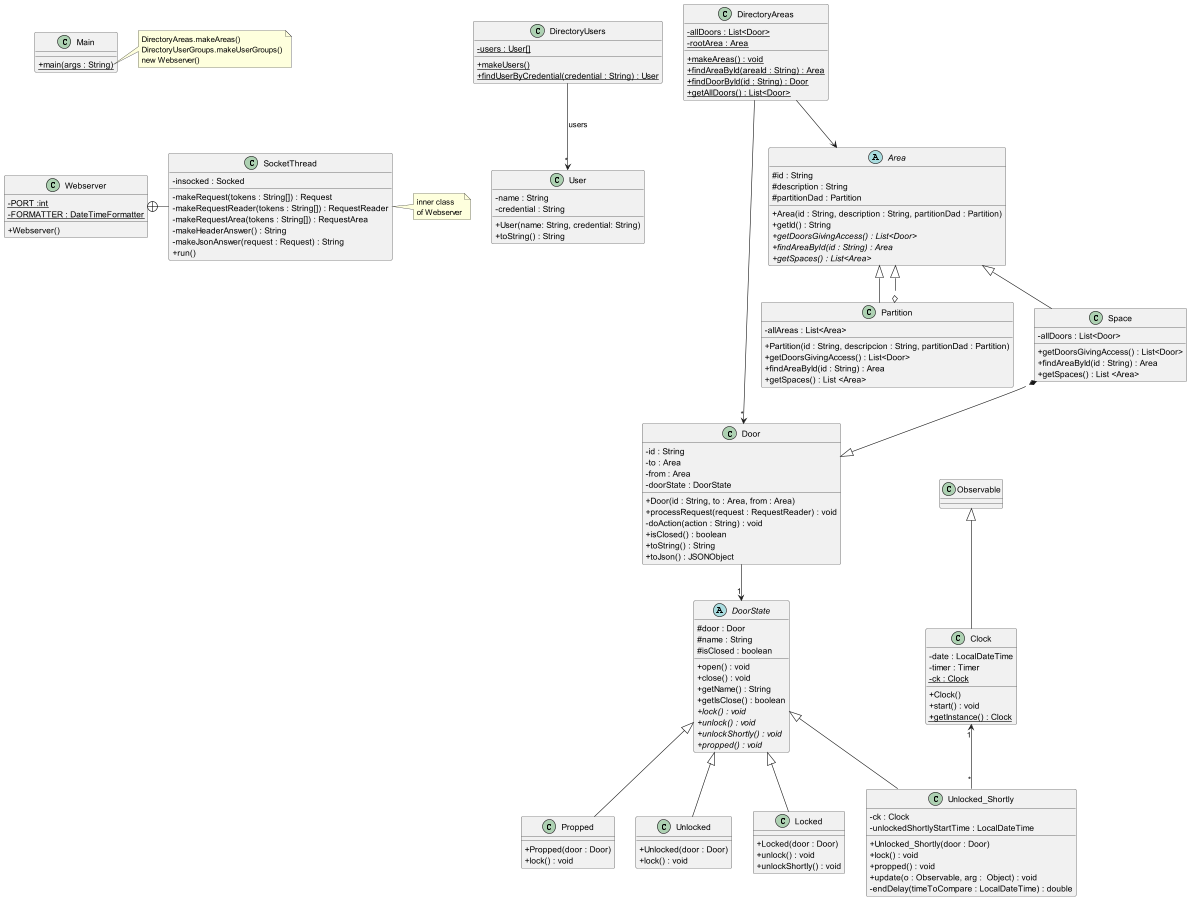
Above: out/production/acs_students-master/baseNoStates/uml/base_no_states.png in Jordiyy/DSPracticas (PlantUML), before the change. The source it was exported from:
```plantuml
@startuml
skinparam classAttributeIconSize 0

class Webserver {
    - {static} PORT :int
    - {static} FORMATTER : DateTimeFormatter
    + Webserver()
}

class SocketThread {
    - insocked : Socked
    - makeRequest(tokens : String[]) : Request
    - makeRequestReader(tokens : String[]) : RequestReader
    - makeRequestArea(tokens : String[]) : RequestArea
    - makeHeaderAnswer() : String
    - makeJsonAnswer(request : Request) : String
    + run()
}

note right of SocketThread
inner class
of Webserver
end note

class DirectoryUsers {
    - {static} users : User[]
    + {static} makeUsers()
    + {static} findUserByCredential(credential : String) : User
}

class DirectoryAreas {
    - {static} allDoors : List<Door>
    - {static} rootArea : Area
    + {static} makeAreas() : void
    + {static} findAreaById(areaId : String) : Area
    + {static} findDoorById(id : String) : Door
    + {static} getAllDoors() : List<Door>
}

class Door {
    - id : String
    - to : Area
    - from : Area
    - doorState : DoorState

    + Door(id : String, to : Area, from : Area)
    + processRequest(request : RequestReader) : void
    - doAction(action : String) : void
    + isClosed() : boolean
    + toString() : String
    + toJson() : JSONObject
}



class User {
    - name : String
    - credential : String
    + User(name: String, credential: String)
    + toString() : String
}


abstract class DoorState {
    # door : Door
    # name : String
    # isClosed : boolean
    + open() : void
    + close() : void
    + getName() : String
    + getIsClose() : boolean
    + {abstract} lock() : void
    + {abstract} unlock() : void
    + {abstract} unlockShortly() : void
    + {abstract} propped() : void
}

class Locked extends DoorState {
    + Locked(door : Door)
    + unlock() : void
    + unlockShortly() : void
}

class Unlocked extends DoorState {
    + Unlocked(door : Door)
    + lock() : void
}

class Unlocked_Shortly extends DoorState {
    - ck : Clock
    - unlockedShortlyStartTime : LocalDateTime
    + Unlocked_Shortly(door : Door)
    + lock() : void
    + propped() : void
    + update(o : Observable, arg :  Object) : void
    - endDelay(timeToCompare : LocalDateTime) : double
}

class Propped extends DoorState {
    + Propped(door : Door)
    + lock() : void
}

abstract class Area {
    # id : String
    # description : String
    # partitionDad : Partition
    + Area(id : String, description : String, partitionDad : Partition)
    + getId() : String
    + {abstract} getDoorsGivingAccess() : List<Door>
    + {abstract} findAreaById(id : String) : Area
    + {abstract} getSpaces() : List<Area>
}

class Partition extends Area {
    - allAreas : List<Area>
    + Partition(id : String, descripcion : String, partitionDad : Partition)
    + getDoorsGivingAccess() : List<Door>
    + findAreaById(id : String) : Area
    + getSpaces() : List <Area>
}

class Space extends Area {
    - allDoors : List<Door>
    + getDoorsGivingAccess() : List<Door>
    + findAreaById(id : String) : Area
    + getSpaces() : List <Area>
}

class Clock extends Observable {
    - date : LocalDateTime
    - timer : Timer
    - {static} ck : Clock
    + Clock()
    + start() : void
    + {static} getInstance() : Clock
}

class Main {
    + {static} main(args : String)
}

note right of Main::main
DirectoryAreas.makeAreas()
DirectoryUserGroups.makeUserGroups()
new Webserver()
end note

Webserver +-right- SocketThread
DirectoryUsers --> "*" User : "users"
DirectoryAreas --> Area
Space *--|> Door
Partition o--|> Area
DirectoryAreas --> "*" Door
Door --> "1" DoorState
Clock "1" <-- "*" Unlocked_Shortly


Main -[hidden]down- Webserver

@enduml
```
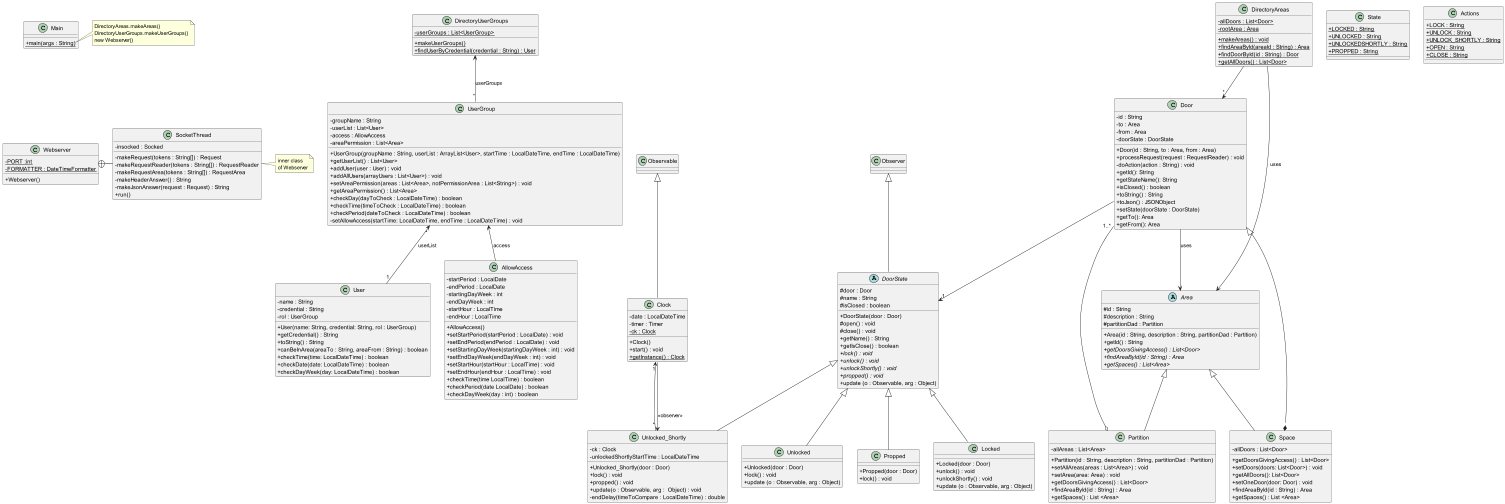
After the commit.

What changed in the source:
```diff
@@ -22,10 +22,27 @@
 of Webserver
 end note
 
-class DirectoryUsers {
-    - {static} users : User[]
-    + {static} makeUsers()
+class DirectoryUserGroups {
+    - {static} userGroups : List<UserGroup>
+    + {static} makeUserGroups()
     + {static} findUserByCredential(credential : String) : User
+}
+
+class UserGroup {
+    - groupName : String
+    - userList : List<User>
+    - access : AllowAccess
+    - areaPermission : List<Area>
+    + UserGroup(groupName : String, userList : ArrayList<User>, startTime : LocalDateTime, endTime : LocalDateTime)
+    + getUserList() : List<User>
+    + addUser(user : User) : void
+    + addAllUsers(arrayUsers : List<User>) : void
+    + setAreaPermission(areas : List<Area>, notPermissionArea : List<String>) : void
+    + getAreaPermission() : List<Area>
+    + checkDay(dayToCheck : LocalDateTime) : boolean
+    + checkTime(timeToCheck : LocalDateTime) : boolean
+    + checkPeriod(dateToCheck : LocalDateTime) : boolean
+    - setAllowAccess(startTime: LocalDateTime, endTime : LocalDateTime) : void
 }
 
 class DirectoryAreas {
@@ -46,9 +63,14 @@
     + Door(id : String, to : Area, from : Area)
     + processRequest(request : RequestReader) : void
     - doAction(action : String) : void
+    + getId(): String
+    + getStateName(): String
     + isClosed() : boolean
     + toString() : String
     + toJson() : JSONObject
+    + setState(doorState : DoorState)
+    + getTo(): Area
+    + getFrom(): Area
 }
 
 
@@ -56,34 +78,44 @@
 class User {
     - name : String
     - credential : String
-    + User(name: String, credential: String)
+    - rol : UserGroup
+    + User(name: String, credential: String, rol : UserGroup)
+    + getCredential() : String
     + toString() : String
+    + canBeInArea(areaTo : String, areaFrom : String) : boolean
+    + checkTime(time: LocalDateTime) : boolean
+    + checkDate(date: LocalDateTime) : boolean
+    + checkDayWeek(day: LocalDateTime) : boolean
 }
 
 
-abstract class DoorState {
+abstract class DoorState extends Observer{
     # door : Door
     # name : String
     # isClosed : boolean
-    + open() : void
-    + close() : void
+    + DoorState(door : Door)
+    # open() : void
+    # close() : void
     + getName() : String
     + getIsClose() : boolean
     + {abstract} lock() : void
     + {abstract} unlock() : void
     + {abstract} unlockShortly() : void
     + {abstract} propped() : void
+    + update (o : Observable, arg : Object)
 }
 
 class Locked extends DoorState {
     + Locked(door : Door)
     + unlock() : void
     + unlockShortly() : void
+    + update (o : Observable, arg : Object)
 }
 
 class Unlocked extends DoorState {
     + Unlocked(door : Door)
     + lock() : void
+    + update (o : Observable, arg : Object)
 }
 
 class Unlocked_Shortly extends DoorState {
@@ -114,7 +146,9 @@
 
 class Partition extends Area {
     - allAreas : List<Area>
-    + Partition(id : String, descripcion : String, partitionDad : Partition)
+    + Partition(id : String, description : String, partitionDad : Partition)
+    + setAllAreas(areas : List<Area>) : void
+    + setArea(area: Area) : void
     + getDoorsGivingAccess() : List<Door>
     + findAreaById(id : String) : Area
     + getSpaces() : List <Area>
@@ -123,8 +157,30 @@
 class Space extends Area {
     - allDoors : List<Door>
     + getDoorsGivingAccess() : List<Door>
+    + setDoors(doors: List<Door>) : void
+    + getAllDoors(): List<Door>
+    + setOneDoor(door: Door) : void
     + findAreaById(id : String) : Area
     + getSpaces() : List <Area>
+}
+
+class AllowAccess {
+    - startPeriod : LocalDate
+    - endPeriod : LocalDate
+    - startingDayWeek : int
+    - endDayWeek : int
+    - startHour : LocalTime
+    - endHour : LocalTime
+    + AllowAccess()
+    + setStartPeriod(startPeriod : LocalDate) : void
+    + setEndPeriod(endPeriod : LocalDate) : void
+    + setStartingDayWeek(startingDayWeek : int) : void
+    + setEndDayWeek(endDayWeek : int) : void
+    + setStartHour(startHour : LocalTime) : void
+    + setEndHour(endHour : LocalTime) : void
+    + checkTime(time LocalTime) : boolean
+    + checkPeriod(date LocalDate) : boolean
+    + checkDayWeek(day : int) : boolean
 }
 
 class Clock extends Observable {
@@ -134,6 +190,21 @@
     + Clock()
     + start() : void
     + {static} getInstance() : Clock
+}
+
+class State {
+    + {static} LOCKED : String
+    + {static} UNLOCKED : String
+    + {static} UNLOCKEDSHORTLY : String
+    + {static} PROPPED : String
+}
+
+class Actions {
+    + {static} LOCK : String
+    + {static} UNLOCK : String
+    + {static} UNLOCK_SHORTLY : String
+    + {static} OPEN : String
+    + {static} CLOSE : String
 }
 
 class Main {
@@ -147,13 +218,21 @@
 end note
 
 Webserver +-right- SocketThread
-DirectoryUsers --> "*" User : "users"
-DirectoryAreas --> Area
+DirectoryUserGroups <-- "*" UserGroup : "userGroups"
+UserGroup "*" <-- "1" User : "userList"
+UserGroup <-- AllowAccess : "access"
+DirectoryAreas --> Area : "uses"
 Space *--|> Door
-Partition o--|> Area
 DirectoryAreas --> "*" Door
 Door --> "1" DoorState
+Partition o-- "1..*" Door
 Clock "1" <-- "*" Unlocked_Shortly
+Door --> Area : "uses"
+
+
+
+Clock --> Unlocked_Shortly : <<observer>>
+
 
 
 Main -[hidden]down- Webserver
```
